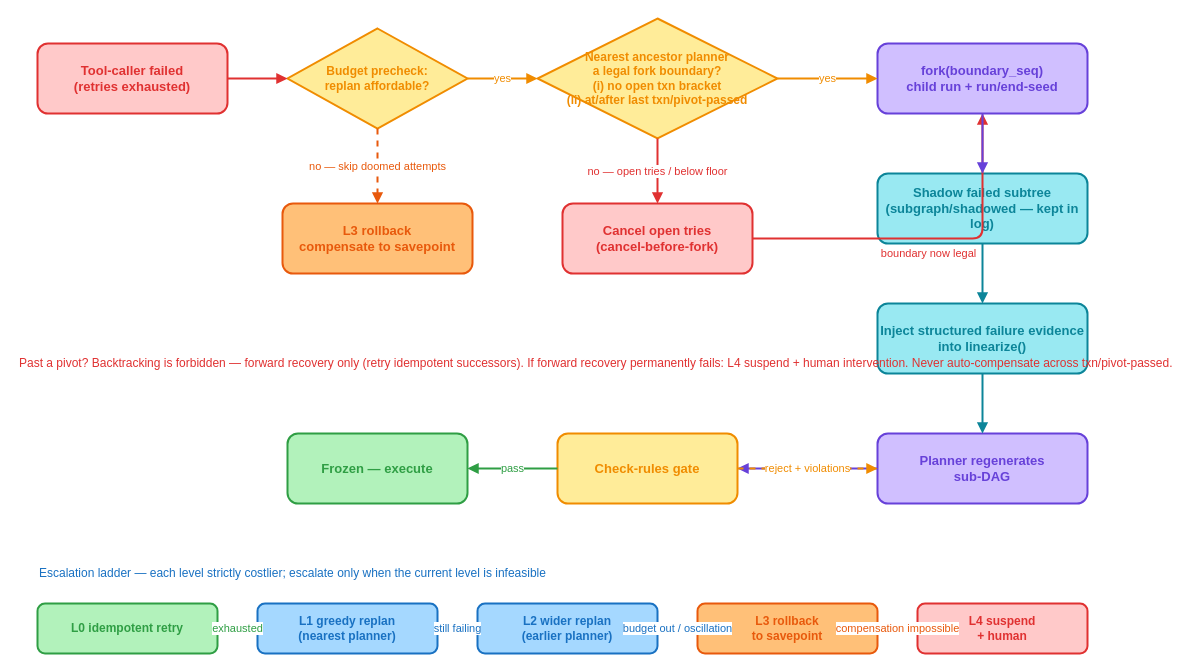
This is doc/design/diagrams/replan-flow.drawio from linuxb/flory-ai, a draw.io file, before an edit. Source tidied: cells renumbered, new cells numbered last; positions are measured from the earlier drawing's top-left corner, leaving out a move shared by most shapes. Both pictures are drawn from the tidied source at 100%, with x=0, y=0 at pixel (17, 18).
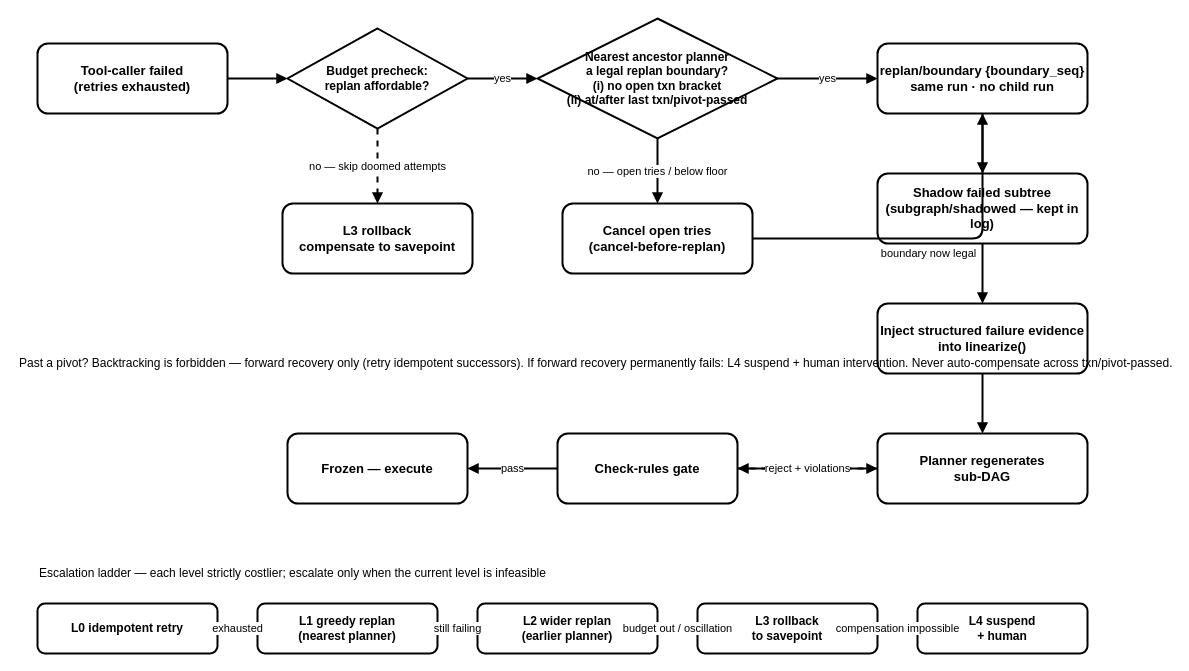
After the change.

Change to the diagram source:
```diff
@@
-    <mxCell id="2" value="Tool-caller failed&lt;br&gt;(retries exhausted)" style="rounded=1;whiteSpace=wrap;html=1;fillColor=#FFC9C9;strokeColor=#E03131;fontColor=#E03131;fontSize=13;fontStyle=1;strokeWidth=2;fontFamily=LXGW WenKai TC;" parent="1" vertex="1">
+    <mxCell id="2" value="Tool-caller failed&lt;br&gt;(retries exhausted)" style="rounded=1;whiteSpace=wrap;html=1;fillColor=none;fontSize=13;fontStyle=1;strokeWidth=2;fontFamily=LXGW WenKai TC;" parent="1" vertex="1">
       <mxGeometry x="20" y="25" width="190" height="70" as="geometry" />
     </mxCell>
-    <mxCell id="3" value="Budget precheck:&lt;br&gt;replan affordable?" style="rhombus;whiteSpace=wrap;html=1;fillColor=#FFEC99;strokeColor=#F08C00;fontColor=#F08C00;fontSize=12;fontStyle=1;strokeWidth=2;fontFamily=LXGW WenKai TC;" parent="1" vertex="1">
+    <mxCell id="3" value="Budget precheck:&lt;br&gt;replan affordable?" style="rhombus;whiteSpace=wrap;html=1;fillColor=none;fontSize=12;fontStyle=1;strokeWidth=2;fontFamily=LXGW WenKai TC;" parent="1" vertex="1">
       <mxGeometry x="270" y="10" width="180" height="100" as="geometry" />
     </mxCell>
-    <mxCell id="4" value="Nearest ancestor planner&lt;br&gt;a legal fork boundary?&lt;br&gt;(i) no open txn bracket&lt;br&gt;(ii) at/after last txn/pivot-passed" style="rhombus;whiteSpace=wrap;html=1;fillColor=#FFEC99;strokeColor=#F08C00;fontColor=#F08C00;fontSize=12;fontStyle=1;strokeWidth=2;fontFamily=LXGW WenKai TC;" parent="1" vertex="1">
+    <mxCell id="4" value="Nearest ancestor planner&lt;br&gt;a legal replan boundary?&lt;br&gt;(i) no open txn bracket&lt;br&gt;(ii) at/after last txn/pivot-passed" style="rhombus;whiteSpace=wrap;html=1;fillColor=none;fontSize=12;fontStyle=1;strokeWidth=2;fontFamily=LXGW WenKai TC;" parent="1" vertex="1">
       <mxGeometry x="520" width="240" height="120" as="geometry" />
     </mxCell>
-    <mxCell id="5" value="Cancel open tries&lt;br&gt;(cancel-before-fork)" style="rounded=1;whiteSpace=wrap;html=1;fillColor=#FFC9C9;strokeColor=#E03131;fontColor=#E03131;fontSize=13;fontStyle=1;strokeWidth=2;fontFamily=LXGW WenKai TC;" parent="1" vertex="1">
+    <mxCell id="5" value="Cancel open tries&lt;br&gt;(cancel-before-replan)" style="rounded=1;whiteSpace=wrap;html=1;fillColor=none;fontSize=13;fontStyle=1;strokeWidth=2;fontFamily=LXGW WenKai TC;" parent="1" vertex="1">
       <mxGeometry x="545" y="185" width="190" height="70" as="geometry" />
     </mxCell>
-    <mxCell id="6" value="fork(boundary_seq)&lt;br&gt;child run + run/end-seed" style="rounded=1;whiteSpace=wrap;html=1;fillColor=#D0BFFF;strokeColor=#6741D9;fontColor=#6741D9;fontSize=13;fontStyle=1;strokeWidth=2;fontFamily=LXGW WenKai TC;" parent="1" vertex="1">
+    <mxCell id="6" value="replan/boundary {boundary_seq}&lt;br&gt;same run · no child run" style="rounded=1;whiteSpace=wrap;html=1;fillColor=none;fontSize=13;fontStyle=1;strokeWidth=2;fontFamily=LXGW WenKai TC;" parent="1" vertex="1">
       <mxGeometry x="860" y="25" width="210" height="70" as="geometry" />
     </mxCell>
-    <mxCell id="7" value="Shadow failed subtree&lt;br&gt;(subgraph/shadowed — kept in log)" style="rounded=1;whiteSpace=wrap;html=1;fillColor=#99E9F2;strokeColor=#0C8599;fontColor=#0C8599;fontSize=13;fontStyle=1;strokeWidth=2;fontFamily=LXGW WenKai TC;" parent="1" vertex="1">
+    <mxCell id="7" value="Shadow failed subtree&lt;br&gt;(subgraph/shadowed — kept in log)" style="rounded=1;whiteSpace=wrap;html=1;fillColor=none;fontSize=13;fontStyle=1;strokeWidth=2;fontFamily=LXGW WenKai TC;" parent="1" vertex="1">
       <mxGeometry x="860" y="155" width="210" height="70" as="geometry" />
     </mxCell>
-    <mxCell id="8" value="Inject structured failure evidence&lt;br&gt;into linearize()" style="rounded=1;whiteSpace=wrap;html=1;fillColor=#99E9F2;strokeColor=#0C8599;fontColor=#0C8599;fontSize=13;fontStyle=1;strokeWidth=2;fontFamily=LXGW WenKai TC;" parent="1" vertex="1">
+    <mxCell id="8" value="Inject structured failure evidence&lt;br&gt;into linearize()" style="rounded=1;whiteSpace=wrap;html=1;fillColor=none;fontSize=13;fontStyle=1;strokeWidth=2;fontFamily=LXGW WenKai TC;" parent="1" vertex="1">
       <mxGeometry x="860" y="285" width="210" height="70" as="geometry" />
     </mxCell>
-    <mxCell id="9" value="Planner regenerates&lt;br&gt;sub-DAG" style="rounded=1;whiteSpace=wrap;html=1;fillColor=#D0BFFF;strokeColor=#6741D9;fontColor=#6741D9;fontSize=13;fontStyle=1;strokeWidth=2;fontFamily=LXGW WenKai TC;" parent="1" vertex="1">
+    <mxCell id="9" value="Planner regenerates&lt;br&gt;sub-DAG" style="rounded=1;whiteSpace=wrap;html=1;fillColor=none;fontSize=13;fontStyle=1;strokeWidth=2;fontFamily=LXGW WenKai TC;" parent="1" vertex="1">
       <mxGeometry x="860" y="415" width="210" height="70" as="geometry" />
     </mxCell>
-    <mxCell id="10" value="Check-rules gate" style="rounded=1;whiteSpace=wrap;html=1;fillColor=#FFEC99;strokeColor=#F08C00;fontColor=#F08C00;fontSize=13;fontStyle=1;strokeWidth=2;fontFamily=LXGW WenKai TC;" parent="1" vertex="1">
+    <mxCell id="10" value="Check-rules gate" style="rounded=1;whiteSpace=wrap;html=1;fillColor=none;fontSize=13;fontStyle=1;strokeWidth=2;fontFamily=LXGW WenKai TC;" parent="1" vertex="1">
       <mxGeometry x="540" y="415" width="180" height="70" as="geometry" />
     </mxCell>
-    <mxCell id="11" value="Frozen — execute" style="rounded=1;whiteSpace=wrap;html=1;fillColor=#B2F2BB;strokeColor=#2F9E44;fontColor=#2F9E44;fontSize=13;fontStyle=1;strokeWidth=2;fontFamily=LXGW WenKai TC;" parent="1" vertex="1">
+    <mxCell id="11" value="Frozen — execute" style="rounded=1;whiteSpace=wrap;html=1;fillColor=none;fontSize=13;fontStyle=1;strokeWidth=2;fontFamily=LXGW WenKai TC;" parent="1" vertex="1">
       <mxGeometry x="270" y="415" width="180" height="70" as="geometry" />
     </mxCell>
-    <mxCell id="12" value="L3 rollback&lt;br&gt;compensate to savepoint" style="rounded=1;whiteSpace=wrap;html=1;fillColor=#FFC078;strokeColor=#E8590C;fontColor=#E8590C;fontSize=13;fontStyle=1;strokeWidth=2;fontFamily=LXGW WenKai TC;" parent="1" vertex="1">
+    <mxCell id="12" value="L3 rollback&lt;br&gt;compensate to savepoint" style="rounded=1;whiteSpace=wrap;html=1;fillColor=none;fontSize=13;fontStyle=1;strokeWidth=2;fontFamily=LXGW WenKai TC;" parent="1" vertex="1">
       <mxGeometry x="265" y="185" width="190" height="70" as="geometry" />
     </mxCell>
-    <mxCell id="13" style="edgeStyle=orthogonalEdgeStyle;rounded=1;html=1;strokeColor=#E03131;strokeWidth=2;endArrow=block;fontFamily=LXGW WenKai TC;" parent="1" edge="1" source="2" target="3">
+    <mxCell id="13" style="edgeStyle=orthogonalEdgeStyle;rounded=1;html=1;strokeWidth=2;endArrow=block;fontFamily=LXGW WenKai TC;" parent="1" edge="1" source="2" target="3">
       <mxGeometry relative="1" as="geometry" />
     </mxCell>
-    <mxCell id="14" value="yes" style="edgeStyle=orthogonalEdgeStyle;rounded=1;html=1;strokeColor=#F08C00;strokeWidth=2;fontColor=#F08C00;endArrow=block;fontFamily=LXGW WenKai TC;" parent="1" edge="1" source="3" target="4">
+    <mxCell id="14" value="yes" style="edgeStyle=orthogonalEdgeStyle;rounded=1;html=1;strokeWidth=2;endArrow=block;fontFamily=LXGW WenKai TC;" parent="1" edge="1" source="3" target="4">
       <mxGeometry relative="1" as="geometry" />
     </mxCell>
-    <mxCell id="15" value="no — skip doomed attempts" style="edgeStyle=orthogonalEdgeStyle;rounded=1;html=1;strokeColor=#E8590C;strokeWidth=2;fontColor=#E8590C;endArrow=block;dashed=1;fontFamily=LXGW WenKai TC;" parent="1" edge="1" source="3" target="12">
+    <mxCell id="15" value="no — skip doomed attempts" style="edgeStyle=orthogonalEdgeStyle;rounded=1;html=1;strokeWidth=2;endArrow=block;dashed=1;fontFamily=LXGW WenKai TC;" parent="1" edge="1" source="3" target="12">
       <mxGeometry relative="1" as="geometry" />
     </mxCell>
-    <mxCell id="16" value="yes" style="edgeStyle=orthogonalEdgeStyle;rounded=1;html=1;strokeColor=#F08C00;strokeWidth=2;fontColor=#F08C00;endArrow=block;fontFamily=LXGW WenKai TC;" parent="1" edge="1" source="4" target="6">
+    <mxCell id="16" value="yes" style="edgeStyle=orthogonalEdgeStyle;rounded=1;html=1;strokeWidth=2;endArrow=block;fontFamily=LXGW WenKai TC;" parent="1" edge="1" source="4" target="6">
       <mxGeometry relative="1" as="geometry" />
     </mxCell>
-    <mxCell id="17" value="no — open tries / below floor" style="edgeStyle=orthogonalEdgeStyle;rounded=1;html=1;strokeColor=#E03131;strokeWidth=2;fontColor=#E03131;endArrow=block;fontFamily=LXGW WenKai TC;" parent="1" edge="1" source="4" target="5">
+    <mxCell id="17" value="no — open tries / below floor" style="edgeStyle=orthogonalEdgeStyle;rounded=1;html=1;strokeWidth=2;endArrow=block;fontFamily=LXGW WenKai TC;" parent="1" edge="1" source="4" target="5">
       <mxGeometry relative="1" as="geometry" />
     </mxCell>
-    <mxCell id="18" value="boundary now legal" style="edgeStyle=orthogonalEdgeStyle;rounded=1;html=1;strokeColor=#E03131;strokeWidth=2;fontColor=#E03131;endArrow=block;fontFamily=LXGW WenKai TC;" parent="1" edge="1" source="5" target="6">
+    <mxCell id="18" value="boundary now legal" style="edgeStyle=orthogonalEdgeStyle;rounded=1;html=1;strokeWidth=2;endArrow=block;fontFamily=LXGW WenKai TC;" parent="1" edge="1" source="5" target="6">
       <mxGeometry x="-0.01" y="-15" relative="1" as="geometry" />
     </mxCell>
-    <mxCell id="19" style="edgeStyle=orthogonalEdgeStyle;rounded=1;html=1;strokeColor=#6741D9;strokeWidth=2;endArrow=block;fontFamily=LXGW WenKai TC;" parent="1" edge="1" source="6" target="7">
+    <mxCell id="19" style="edgeStyle=orthogonalEdgeStyle;rounded=1;html=1;strokeWidth=2;endArrow=block;fontFamily=LXGW WenKai TC;" parent="1" edge="1" source="6" target="7">
       <mxGeometry relative="1" as="geometry" />
     </mxCell>
-    <mxCell id="20" style="edgeStyle=orthogonalEdgeStyle;rounded=1;html=1;strokeColor=#0C8599;strokeWidth=2;endArrow=block;fontFamily=LXGW WenKai TC;" parent="1" edge="1" source="7" target="8">
+    <mxCell id="20" style="edgeStyle=orthogonalEdgeStyle;rounded=1;html=1;strokeWidth=2;endArrow=block;fontFamily=LXGW WenKai TC;" parent="1" edge="1" source="7" target="8">
       <mxGeometry relative="1" as="geometry" />
     </mxCell>
-    <mxCell id="21" style="edgeStyle=orthogonalEdgeStyle;rounded=1;html=1;strokeColor=#0C8599;strokeWidth=2;endArrow=block;fontFamily=LXGW WenKai TC;" parent="1" edge="1" source="8" target="9">
+    <mxCell id="21" style="edgeStyle=orthogonalEdgeStyle;rounded=1;html=1;strokeWidth=2;endArrow=block;fontFamily=LXGW WenKai TC;" parent="1" edge="1" source="8" target="9">
       <mxGeometry relative="1" as="geometry" />
     </mxCell>
-    <mxCell id="22" style="edgeStyle=orthogonalEdgeStyle;rounded=1;html=1;strokeColor=#6741D9;strokeWidth=2;endArrow=block;fontFamily=LXGW WenKai TC;" parent="1" edge="1" source="9" target="10">
+    <mxCell id="22" style="edgeStyle=orthogonalEdgeStyle;rounded=1;html=1;strokeWidth=2;endArrow=block;fontFamily=LXGW WenKai TC;" parent="1" edge="1" source="9" target="10">
       <mxGeometry relative="1" as="geometry" />
     </mxCell>
-    <mxCell id="23" value="pass" style="edgeStyle=orthogonalEdgeStyle;rounded=1;html=1;strokeColor=#2F9E44;strokeWidth=2;fontColor=#2F9E44;endArrow=block;fontFamily=LXGW WenKai TC;" parent="1" edge="1" source="10" target="11">
+    <mxCell id="23" value="pass" style="edgeStyle=orthogonalEdgeStyle;rounded=1;html=1;strokeWidth=2;endArrow=block;fontFamily=LXGW WenKai TC;" parent="1" edge="1" source="10" target="11">
       <mxGeometry relative="1" as="geometry" />
     </mxCell>
-    <mxCell id="24" value="reject + violations" style="edgeStyle=orthogonalEdgeStyle;rounded=1;html=1;strokeColor=#F08C00;strokeWidth=2;fontColor=#F08C00;endArrow=block;dashed=1;fontFamily=LXGW WenKai TC;" parent="1" edge="1" source="10" target="9">
+    <mxCell id="24" value="reject + violations" style="edgeStyle=orthogonalEdgeStyle;rounded=1;html=1;strokeWidth=2;endArrow=block;dashed=1;fontFamily=LXGW WenKai TC;" parent="1" edge="1" source="10" target="9">
       <mxGeometry relative="1" as="geometry" />
     </mxCell>
-    <mxCell id="25" value="Past a pivot? Backtracking is forbidden — forward recovery only (retry idempotent successors). If forward recovery permanently fails: L4 suspend + human intervention. Never auto-compensate across txn/pivot-passed." style="text;html=1;align=left;verticalAlign=middle;fontColor=#E03131;fontSize=12;fontFamily=LXGW WenKai TC;" parent="1" vertex="1">
+    <mxCell id="25" value="Past a pivot? Backtracking is forbidden — forward recovery only (retry idempotent successors). If forward recovery permanently fails: L4 suspend + human intervention. Never auto-compensate across txn/pivot-passed." style="text;html=1;align=left;verticalAlign=middle;fontSize=12;fontFamily=LXGW WenKai TC;" parent="1" vertex="1">
       <mxGeometry y="305" width="480" height="80" as="geometry" />
     </mxCell>
-    <mxCell id="26" value="L0 idempotent retry" style="rounded=1;whiteSpace=wrap;html=1;fillColor=#B2F2BB;strokeColor=#2F9E44;fontColor=#2F9E44;fontSize=12;fontStyle=1;strokeWidth=2;fontFamily=LXGW WenKai TC;" parent="1" vertex="1">
+    <mxCell id="26" value="L0 idempotent retry" style="rounded=1;whiteSpace=wrap;html=1;fillColor=none;fontSize=12;fontStyle=1;strokeWidth=2;fontFamily=LXGW WenKai TC;" parent="1" vertex="1">
       <mxGeometry x="20" y="585" width="180" height="50" as="geometry" />
     </mxCell>
-    <mxCell id="27" value="L1 greedy replan&lt;br&gt;(nearest planner)" style="rounded=1;whiteSpace=wrap;html=1;fillColor=#A5D8FF;strokeColor=#1971C2;fontColor=#1971C2;fontSize=12;fontStyle=1;strokeWidth=2;fontFamily=LXGW WenKai TC;" parent="1" vertex="1">
+    <mxCell id="27" value="L1 greedy replan&lt;br&gt;(nearest planner)" style="rounded=1;whiteSpace=wrap;html=1;fillColor=none;fontSize=12;fontStyle=1;strokeWidth=2;fontFamily=LXGW WenKai TC;" parent="1" vertex="1">
       <mxGeometry x="240" y="585" width="180" height="50" as="geometry" />
     </mxCell>
-    <mxCell id="28" value="L2 wider replan&lt;br&gt;(earlier planner)" style="rounded=1;whiteSpace=wrap;html=1;fillColor=#A5D8FF;strokeColor=#1971C2;fontColor=#1971C2;fontSize=12;fontStyle=1;strokeWidth=2;fontFamily=LXGW WenKai TC;" parent="1" vertex="1">
+    <mxCell id="28" value="L2 wider replan&lt;br&gt;(earlier planner)" style="rounded=1;whiteSpace=wrap;html=1;fillColor=none;fontSize=12;fontStyle=1;strokeWidth=2;fontFamily=LXGW WenKai TC;" parent="1" vertex="1">
       <mxGeometry x="460" y="585" width="180" height="50" as="geometry" />
     </mxCell>
-    <mxCell id="29" value="L3 rollback&lt;br&gt;to savepoint" style="rounded=1;whiteSpace=wrap;html=1;fillColor=#FFC078;strokeColor=#E8590C;fontColor=#E8590C;fontSize=12;fontStyle=1;strokeWidth=2;fontFamily=LXGW WenKai TC;" parent="1" vertex="1">
+    <mxCell id="29" value="L3 rollback&lt;br&gt;to savepoint" style="rounded=1;whiteSpace=wrap;html=1;fillColor=none;fontSize=12;fontStyle=1;strokeWidth=2;fontFamily=LXGW WenKai TC;" parent="1" vertex="1">
       <mxGeometry x="680" y="585" width="180" height="50" as="geometry" />
     </mxCell>
-    <mxCell id="30" value="L4 suspend&lt;br&gt;+ human" style="rounded=1;whiteSpace=wrap;html=1;fillColor=#FFC9C9;strokeColor=#E03131;fontColor=#E03131;fontSize=12;fontStyle=1;strokeWidth=2;fontFamily=LXGW WenKai TC;" parent="1" vertex="1">
+    <mxCell id="30" value="L4 suspend&lt;br&gt;+ human" style="rounded=1;whiteSpace=wrap;html=1;fillColor=none;fontSize=12;fontStyle=1;strokeWidth=2;fontFamily=LXGW WenKai TC;" parent="1" vertex="1">
       <mxGeometry x="900" y="585" width="170" height="50" as="geometry" />
     </mxCell>
-    <mxCell id="31" value="exhausted" style="edgeStyle=orthogonalEdgeStyle;rounded=1;html=1;strokeColor=#2F9E44;strokeWidth=2;fontColor=#2F9E44;endArrow=block;fontFamily=LXGW WenKai TC;" parent="1" edge="1" source="26" target="27">
+    <mxCell id="31" value="exhausted" style="edgeStyle=orthogonalEdgeStyle;rounded=1;html=1;strokeWidth=2;endArrow=block;fontFamily=LXGW WenKai TC;" parent="1" edge="1" source="26" target="27">
       <mxGeometry relative="1" as="geometry" />
     </mxCell>
-    <mxCell id="32" value="still failing" style="edgeStyle=orthogonalEdgeStyle;rounded=1;html=1;strokeColor=#1971C2;strokeWidth=2;fontColor=#1971C2;endArrow=block;fontFamily=LXGW WenKai TC;" parent="1" edge="1" source="27" target="28">
+    <mxCell id="32" value="still failing" style="edgeStyle=orthogonalEdgeStyle;rounded=1;html=1;strokeWidth=2;endArrow=block;fontFamily=LXGW WenKai TC;" parent="1" edge="1" source="27" target="28">
       <mxGeometry relative="1" as="geometry" />
     </mxCell>
-    <mxCell id="33" value="budget out / oscillation" style="edgeStyle=orthogonalEdgeStyle;rounded=1;html=1;strokeColor=#1971C2;strokeWidth=2;fontColor=#1971C2;endArrow=block;fontFamily=LXGW WenKai TC;" parent="1" edge="1" source="28" target="29">
+    <mxCell id="33" value="budget out / oscillation" style="edgeStyle=orthogonalEdgeStyle;rounded=1;html=1;strokeWidth=2;endArrow=block;fontFamily=LXGW WenKai TC;" parent="1" edge="1" source="28" target="29">
       <mxGeometry relative="1" as="geometry" />
     </mxCell>
-    <mxCell id="34" value="compensation impossible" style="edgeStyle=orthogonalEdgeStyle;rounded=1;html=1;strokeColor=#E8590C;strokeWidth=2;fontColor=#E8590C;endArrow=block;fontFamily=LXGW WenKai TC;" parent="1" edge="1" source="29" target="30">
+    <mxCell id="34" value="compensation impossible" style="edgeStyle=orthogonalEdgeStyle;rounded=1;html=1;strokeWidth=2;endArrow=block;fontFamily=LXGW WenKai TC;" parent="1" edge="1" source="29" target="30">
       <mxGeometry relative="1" as="geometry" />
     </mxCell>
-    <mxCell id="35" value="Escalation ladder — each level strictly costlier; escalate only when the current level is infeasible" style="text;html=1;align=left;verticalAlign=middle;fontColor=#1971C2;fontSize=12;fontFamily=LXGW WenKai TC;" parent="1" vertex="1">
+    <mxCell id="35" value="Escalation ladder — each level strictly costlier; escalate only when the current level is infeasible" style="text;html=1;align=left;verticalAlign=middle;fontSize=12;fontFamily=LXGW WenKai TC;" parent="1" vertex="1">
       <mxGeometry x="20" y="535" width="620" height="40" as="geometry" />
     </mxCell>
```
